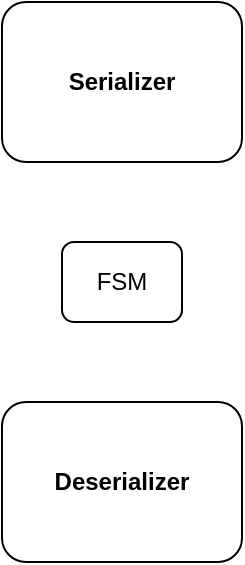
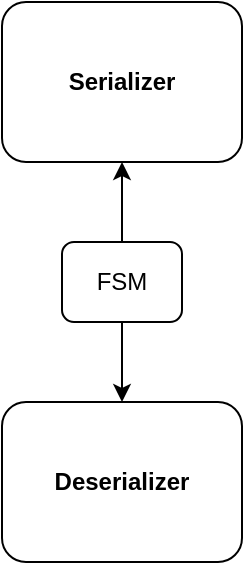
<mxfile host="app.diagrams.net">
  <diagram name="Page-1" id="W4ALeMc_fcv-iuW4_5jM">
-     <mxGraphModel dx="527" dy="762" grid="1" gridSize="10" guides="1" tooltips="1" connect="1" arrows="1" fold="1" page="1" pageScale="1" pageWidth="850" pageHeight="1100" math="0" shadow="0">
+     <mxGraphModel dx="364" dy="526" grid="1" gridSize="10" guides="1" tooltips="1" connect="1" arrows="1" fold="1" page="1" pageScale="1" pageWidth="850" pageHeight="1100" math="0" shadow="0">
      <root>
        <mxCell id="0" />
        <mxCell id="1" parent="0" />
        <mxCell id="D67Tu_U39foHL8RCta2M-1" parent="1" style="rounded=1;whiteSpace=wrap;html=1;fontStyle=1" value="Serializer" vertex="1">
          <mxGeometry height="80" width="120" x="120" y="200" as="geometry" />
        </mxCell>
        <mxCell id="D67Tu_U39foHL8RCta2M-2" parent="1" style="rounded=1;whiteSpace=wrap;html=1;fontStyle=1" value="Deserializer" vertex="1">
          <mxGeometry height="80" width="120" x="120" y="400" as="geometry" />
        </mxCell>
+         <mxCell id="13rOEOkUA4Yrk083lLE4-2" edge="1" parent="1" source="13rOEOkUA4Yrk083lLE4-1" style="edgeStyle=orthogonalEdgeStyle;rounded=0;orthogonalLoop=1;jettySize=auto;html=1;entryX=0.5;entryY=1;entryDx=0;entryDy=0;" target="D67Tu_U39foHL8RCta2M-1">
+           <mxGeometry relative="1" as="geometry" />
+         </mxCell>
+         <mxCell id="13rOEOkUA4Yrk083lLE4-3" edge="1" parent="1" source="13rOEOkUA4Yrk083lLE4-1" style="edgeStyle=orthogonalEdgeStyle;rounded=0;orthogonalLoop=1;jettySize=auto;html=1;entryX=0.5;entryY=0;entryDx=0;entryDy=0;" target="D67Tu_U39foHL8RCta2M-2">
+           <mxGeometry relative="1" as="geometry" />
+         </mxCell>
        <mxCell id="13rOEOkUA4Yrk083lLE4-1" parent="1" style="rounded=1;whiteSpace=wrap;html=1;" value="FSM" vertex="1">
          <mxGeometry height="40" width="60" x="150" y="320" as="geometry" />
        </mxCell>
      </root>
    </mxGraphModel>
  </diagram>
</mxfile>
